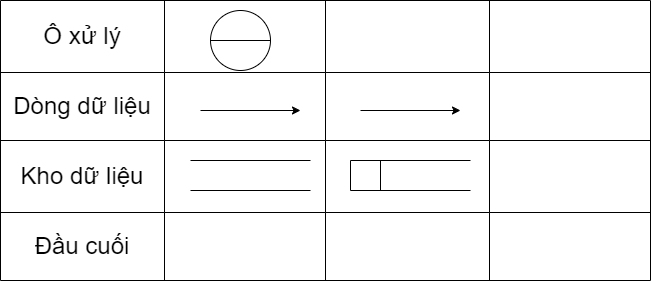
This is Chương 5c.png from datnham0212/learning, a draw.io export, as it was before one commit. Source tidied: cells renumbered, new cells last; positions are measured from the earlier drawing's top-left corner, leaving out a move shared by most shapes.
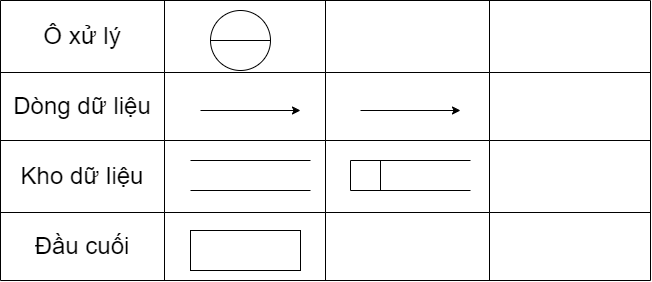
The same file after the commit.

Diff of the diagram source:
```diff
@@ -161,5 +161,8 @@
         <mxPoint x="380" y="160" as="targetPoint" />
       </mxGeometry>
     </mxCell>
+    <mxCell id="51" style="rounded=0;whiteSpace=wrap;html=1;" parent="1" vertex="1">
+      <mxGeometry x="190" y="230" width="110" height="40" as="geometry" />
+    </mxCell>
   </root>
 </mxGraphModel>
```
